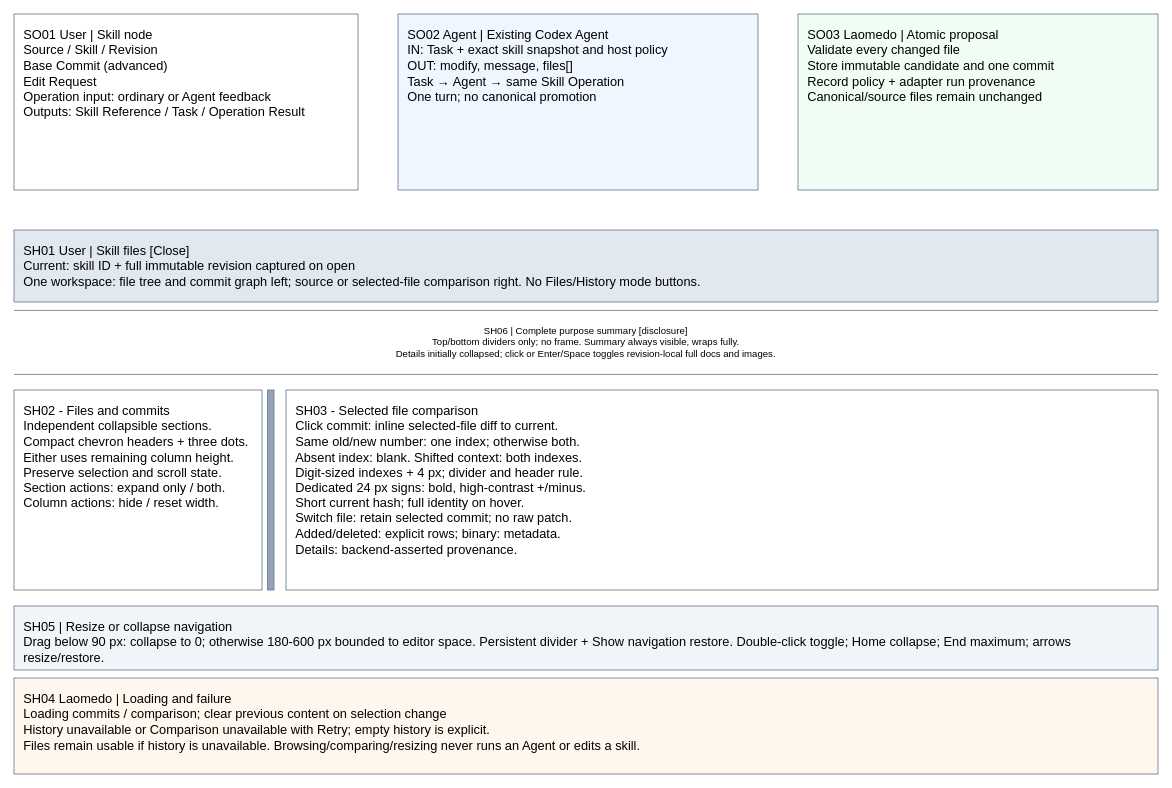
Earlier version of the draw.io diagram page "Skill operations and history" (2 of 3) of projects/laomedo/subsystems/skill-registry/design/skill-files.drawio (amadou-6e/specs). Source tidied: cells renumbered, new cells numbered last; positions are measured from the earlier drawing's top-left corner, leaving out a move shared by most shapes. Both pictures are drawn from the tidied source at 80%, with x=0, y=0 at pixel (14, 14).
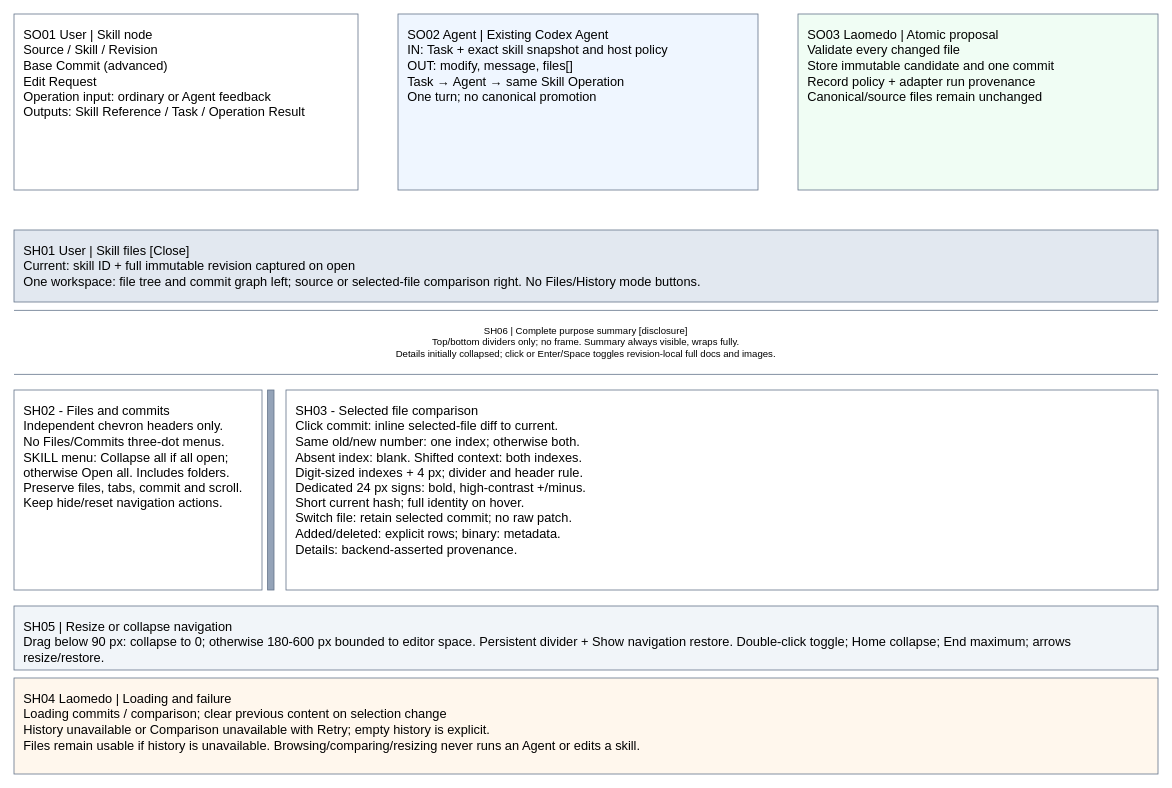
Above is the later version.

Commit message (it also covers changes not shown here):
fix: simplify Skill navigation disclosure controls

Diff of the diagram source:
```diff
@@
 <mxGraphModel>
   <root>
     <mxCell id="0" />
     <mxCell id="1" parent="0" />
     <mxCell id="2" value="SO01 User | Skill node&#10;Source / Skill / Revision&#10;Base Commit (advanced)&#10;Edit Request&#10;Operation input: ordinary or Agent feedback&#10;Outputs: Skill Reference / Task / Operation Result" style="rounded=0;whiteSpace=wrap;html=0;align=left;verticalAlign=top;spacing=12;fontFamily=Arial;fontSize=16;fillColor=#ffffff;strokeColor=#64748b;" parent="1" vertex="1">
       <mxGeometry width="430" height="220" as="geometry" />
     </mxCell>
     <mxCell id="3" value="SO02 Agent | Existing Codex Agent&#10;IN: Task + exact skill snapshot and host policy&#10;OUT: modify, message, files[]&#10;Task → Agent → same Skill Operation&#10;One turn; no canonical promotion" style="rounded=0;whiteSpace=wrap;html=0;align=left;verticalAlign=top;spacing=12;fontFamily=Arial;fontSize=16;fillColor=#eff6ff;strokeColor=#64748b;" parent="1" vertex="1">
       <mxGeometry x="480" width="450" height="220" as="geometry" />
     </mxCell>
     <mxCell id="4" value="SO03 Laomedo | Atomic proposal&#10;Validate every changed file&#10;Store immutable candidate and one commit&#10;Record policy + adapter run provenance&#10;Canonical/source files remain unchanged" style="rounded=0;whiteSpace=wrap;html=0;align=left;verticalAlign=top;spacing=12;fontFamily=Arial;fontSize=16;fillColor=#f0fdf4;strokeColor=#64748b;" parent="1" vertex="1">
       <mxGeometry x="980" width="450" height="220" as="geometry" />
     </mxCell>
     <mxCell id="5" value="SH01 User | Skill files                                      [Close]&#10;Current: skill ID + full immutable revision captured on open&#10;One workspace: file tree and commit graph left; source or selected-file comparison right. No Files/History mode buttons." style="rounded=0;whiteSpace=wrap;html=0;align=left;verticalAlign=top;spacing=12;fontFamily=Arial;fontSize=16;fillColor=#e2e8f0;strokeColor=#64748b;" parent="1" vertex="1">
       <mxGeometry y="270" width="1430" height="90" as="geometry" />
     </mxCell>
-    <mxCell id="6" value="SH02 - Files and commits&#10;Independent collapsible sections.&#10;Compact chevron headers + three dots.&#10;Either uses remaining column height.&#10;Preserve selection and scroll state.&#10;Section actions: expand only / both.&#10;Column actions: hide / reset width." style="rounded=0;whiteSpace=wrap;html=0;align=left;verticalAlign=top;spacing=12;fontFamily=Arial;fontSize=16;fillColor=#ffffff;strokeColor=#64748b;" parent="1" vertex="1">
+    <mxCell id="6" value="SH02 - Files and commits&#10;Independent chevron headers only.&#10;No Files/Commits three-dot menus.&#10;SKILL menu: Collapse all if all open;&#10;otherwise Open all. Includes folders.&#10;Preserve files, tabs, commit and scroll.&#10;Keep hide/reset navigation actions." style="rounded=0;whiteSpace=wrap;html=0;align=left;verticalAlign=top;spacing=12;fontFamily=Arial;fontSize=16;fillColor=#ffffff;strokeColor=#64748b;" parent="1" vertex="1">
       <mxGeometry y="470" width="310" height="250" as="geometry" />
     </mxCell>
     <mxCell id="7" value="SH03 - Selected file comparison&#10;Click commit: inline selected-file diff to current.&#10;Same old/new number: one index; otherwise both.&#10;Absent index: blank. Shifted context: both indexes.&#10;Digit-sized indexes + 4 px; divider and header rule.&#10;Dedicated 24 px signs: bold, high-contrast +/minus.&#10;Short current hash; full identity on hover.&#10;Switch file: retain selected commit; no raw patch.&#10;Added/deleted: explicit rows; binary: metadata.&#10;Details: backend-asserted provenance." style="rounded=0;whiteSpace=wrap;html=0;align=left;verticalAlign=top;spacing=12;fontFamily=Arial;fontSize=16;fillColor=#ffffff;strokeColor=#64748b;" parent="1" vertex="1">
       <mxGeometry x="340" y="470" width="1090" height="250" as="geometry" />
     </mxCell>
     <mxCell id="8" value="SH04 Laomedo | Loading and failure&#10;Loading commits / comparison; clear previous content on selection change&#10;History unavailable or Comparison unavailable with Retry; empty history is explicit.&#10;Files remain usable if history is unavailable. Browsing/comparing/resizing never runs an Agent or edits a skill." style="rounded=0;whiteSpace=wrap;html=0;align=left;verticalAlign=top;spacing=12;fontFamily=Arial;fontSize=16;fillColor=#fff7ed;strokeColor=#64748b;" parent="1" vertex="1">
       <mxGeometry y="830" width="1430" height="120" as="geometry" />
     </mxCell>
     <mxCell id="9" style="rounded=0;whiteSpace=wrap;html=0;align=left;verticalAlign=top;spacing=12;fontFamily=Arial;fontSize=16;fillColor=#94a3b8;strokeColor=#64748b;" parent="1" vertex="1">
       <mxGeometry x="317" y="470" width="8" height="250" as="geometry" />
     </mxCell>
     <mxCell id="10" value="SH05 | Resize or collapse navigation&#10;Drag below 90 px: collapse to 0; otherwise 180-600 px bounded to editor space. Persistent divider + Show navigation restore. Double-click toggle; Home collapse; End maximum; arrows resize/restore." style="rounded=0;whiteSpace=wrap;html=0;align=left;verticalAlign=top;spacing=12;fontFamily=Arial;fontSize=16;fillColor=#f1f5f9;strokeColor=#64748b;" parent="1" vertex="1">
       <mxGeometry y="740" width="1430" height="80" as="geometry" />
     </mxCell>
     <mxCell id="11" value="SH06 | Complete purpose summary [disclosure]&#10;Top/bottom dividers only; no frame. Summary always visible, wraps fully.&#10;Details initially collapsed; click or Enter/Space toggles revision-local full docs and images." style="rounded=0;whiteSpace=wrap;html=0;fillColor=none;strokeColor=none;" parent="1" vertex="1">
       <mxGeometry y="370" width="1430" height="80" as="geometry" />
     </mxCell>
     <mxCell id="12" style="shape=line;strokeColor=#64748b;" parent="1" vertex="1">
       <mxGeometry y="370" width="1430" height="1" as="geometry" />
     </mxCell>
     <mxCell id="13" style="shape=line;strokeColor=#64748b;" parent="1" vertex="1">
       <mxGeometry y="450" width="1430" height="1" as="geometry" />
     </mxCell>
   </root>
 </mxGraphModel>
```
